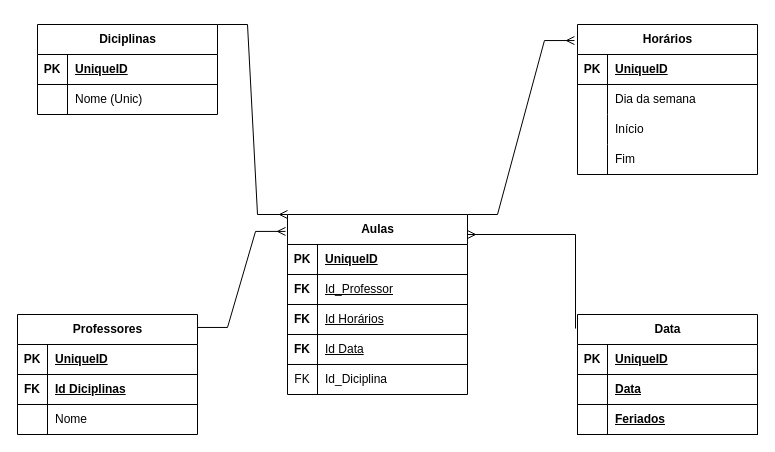
Earlier version of the draw.io diagram Diagrama ER.drawio (Rincon23/ClassManager-Backend). Source tidied: cells renumbered, new cells numbered last; positions are measured from the earlier drawing's top-left corner, leaving out a move shared by most shapes. Both pictures are drawn from the tidied source at 100%, with x=0, y=0 at pixel (17, 24).
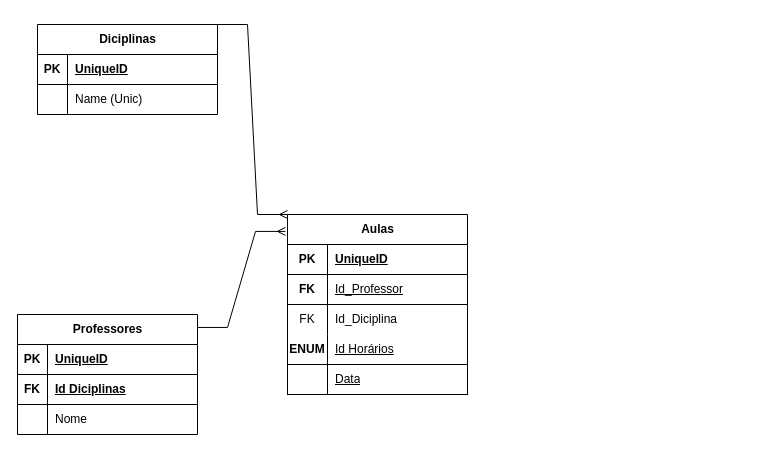
The same page after the edit.

Unchanged cells that the change refers to:
```xml
<mxCell id="6" style="shape=tableRow;horizontal=0;startSize=0;swimlaneHead=0;swimlaneBody=0;fillColor=none;top=0;left=0;right=0;bottom=0;" parent="2" vertex="1">
  <mxGeometry y="60" width="180" height="30" as="geometry" />
</mxCell>
<mxCell id="32" value="Aulas" style="shape=table;startSize=30;childLayout=tableLayout;rowLines=0;fontStyle=1;align=center;html=1;" parent="1" vertex="1">
  <mxGeometry x="270" y="190" width="180" height="180" as="geometry" />
</mxCell>
<mxCell id="33" style="shape=tableRow;horizontal=0;startSize=0;swimlaneHead=0;swimlaneBody=0;fillColor=none;points=[[0,0.5],[1,0.5]];portConstraint=eastwest;top=0;left=0;right=0;bottom=1;" parent="32" vertex="1">
  <mxGeometry y="30" width="180" height="30" as="geometry" />
</mxCell>
<mxCell id="36" style="shape=tableRow;horizontal=0;startSize=0;swimlaneHead=0;swimlaneBody=0;fillColor=none;top=0;left=0;right=0;bottom=1;" parent="32" vertex="1">
  <mxGeometry y="60" width="180" height="30" as="geometry" />
</mxCell>
```

What changed in the source:
```diff
@@
-    <mxCell id="8" value="Nome (Unic)" style="shape=partialRectangle;fillColor=none;top=0;left=0;bottom=0;right=0;align=left;spacingLeft=6;overflow=hidden;whiteSpace=wrap;html=1;" parent="6" vertex="1">
+    <mxCell id="8" value="Name (Unic)" style="shape=partialRectangle;fillColor=none;top=0;left=0;bottom=0;right=0;align=left;spacingLeft=6;overflow=hidden;whiteSpace=wrap;html=1;" parent="6" vertex="1">
       <mxGeometry x="30" width="150" height="30" as="geometry" />
     </mxCell>
-    <mxCell id="9" value="Horários" style="shape=table;startSize=30;childLayout=tableLayout;rowLines=0;fontStyle=1;align=center;html=1;" parent="1" vertex="1">
-      <mxGeometry x="560" width="180" height="150" as="geometry" />
-    </mxCell>
-    <mxCell id="10" style="shape=tableRow;horizontal=0;startSize=0;swimlaneHead=0;swimlaneBody=0;fillColor=none;top=0;left=0;right=0;bottom=1;" parent="9" vertex="1">
-      <mxGeometry y="30" width="180" height="30" as="geometry" />
-    </mxCell>
-    <mxCell id="11" value="PK" style="shape=partialRectangle;fillColor=none;top=0;left=0;bottom=0;right=0;fontStyle=1;overflow=hidden;whiteSpace=wrap;html=1;" parent="10" vertex="1">
-      <mxGeometry width="30" height="30" as="geometry" />
-    </mxCell>
-    <mxCell id="12" value="UniqueID" style="shape=partialRectangle;fillColor=none;top=0;left=0;bottom=0;right=0;align=left;spacingLeft=6;fontStyle=5;overflow=hidden;whiteSpace=wrap;html=1;" parent="10" vertex="1">
-      <mxGeometry x="30" width="150" height="30" as="geometry" />
-    </mxCell>
-    <mxCell id="13" style="shape=tableRow;horizontal=0;startSize=0;swimlaneHead=0;swimlaneBody=0;fillColor=none;top=0;left=0;right=0;bottom=0;" parent="9" vertex="1">
-      <mxGeometry y="60" width="180" height="30" as="geometry" />
-    </mxCell>
-    <mxCell id="14" style="shape=partialRectangle;fillColor=none;top=0;left=0;bottom=0;right=0;overflow=hidden;whiteSpace=wrap;html=1;" parent="13" vertex="1">
-      <mxGeometry width="30" height="30" as="geometry" />
-    </mxCell>
-    <mxCell id="15" value="Dia da semana" style="shape=partialRectangle;fillColor=none;top=0;left=0;bottom=0;right=0;align=left;spacingLeft=6;overflow=hidden;whiteSpace=wrap;html=1;" parent="13" vertex="1">
-      <mxGeometry x="30" width="150" height="30" as="geometry" />
-    </mxCell>
-    <mxCell id="16" style="shape=tableRow;horizontal=0;startSize=0;swimlaneHead=0;swimlaneBody=0;fillColor=none;top=0;left=0;right=0;bottom=0;" parent="9" vertex="1">
-      <mxGeometry y="90" width="180" height="30" as="geometry" />
-    </mxCell>
-    <mxCell id="17" style="shape=partialRectangle;fillColor=none;top=0;left=0;bottom=0;right=0;overflow=hidden;whiteSpace=wrap;html=1;" parent="16" vertex="1">
-      <mxGeometry width="30" height="30" as="geometry" />
-    </mxCell>
-    <mxCell id="18" value="Início" style="shape=partialRectangle;fillColor=none;top=0;left=0;bottom=0;right=0;align=left;spacingLeft=6;overflow=hidden;whiteSpace=wrap;html=1;" parent="16" vertex="1">
-      <mxGeometry x="30" width="150" height="30" as="geometry" />
-    </mxCell>
-    <mxCell id="19" style="shape=tableRow;horizontal=0;startSize=0;swimlaneHead=0;swimlaneBody=0;fillColor=none;top=0;left=0;right=0;bottom=0;" parent="9" vertex="1">
-      <mxGeometry y="120" width="180" height="30" as="geometry" />
-    </mxCell>
-    <mxCell id="20" style="shape=partialRectangle;fillColor=none;top=0;left=0;bottom=0;right=0;overflow=hidden;whiteSpace=wrap;html=1;" parent="19" vertex="1">
-      <mxGeometry width="30" height="30" as="geometry" />
-    </mxCell>
-    <mxCell id="21" value="Fim" style="shape=partialRectangle;fillColor=none;top=0;left=0;bottom=0;right=0;align=left;spacingLeft=6;overflow=hidden;whiteSpace=wrap;html=1;" parent="19" vertex="1">
-      <mxGeometry x="30" width="150" height="30" as="geometry" />
-    </mxCell>
@@
     <mxCell id="34" value="PK" style="shape=partialRectangle;fillColor=none;top=0;left=0;bottom=0;right=0;fontStyle=1;overflow=hidden;whiteSpace=wrap;html=1;" parent="33" vertex="1">
-      <mxGeometry width="30" height="30" as="geometry" />
+      <mxGeometry width="40" height="30" as="geometry" />
     </mxCell>
     <mxCell id="35" value="UniqueID" style="shape=partialRectangle;fillColor=none;top=0;left=0;bottom=0;right=0;align=left;spacingLeft=6;fontStyle=5;overflow=hidden;whiteSpace=wrap;html=1;" parent="33" vertex="1">
-      <mxGeometry x="30" width="150" height="30" as="geometry" />
+      <mxGeometry x="40" width="140" height="30" as="geometry" />
     </mxCell>
@@
     <mxCell id="37" value="FK" style="shape=partialRectangle;fillColor=none;top=0;left=0;bottom=0;right=0;fontStyle=1;overflow=hidden;whiteSpace=wrap;html=1;" parent="36" vertex="1">
-      <mxGeometry width="30" height="30" as="geometry" />
+      <mxGeometry width="40" height="30" as="geometry" />
     </mxCell>
     <mxCell id="38" value="&lt;span style=&quot;font-weight: 400;&quot;&gt;Id_Professor&lt;/span&gt;" style="shape=partialRectangle;fillColor=none;top=0;left=0;bottom=0;right=0;align=left;spacingLeft=6;fontStyle=5;overflow=hidden;whiteSpace=wrap;html=1;" parent="36" vertex="1">
-      <mxGeometry x="30" width="150" height="30" as="geometry" />
+      <mxGeometry x="40" width="140" height="30" as="geometry" />
     </mxCell>
+    <mxCell id="45" style="shape=tableRow;horizontal=0;startSize=0;swimlaneHead=0;swimlaneBody=0;fillColor=none;top=0;left=0;right=0;bottom=0;" parent="32" vertex="1">
+      <mxGeometry y="90" width="180" height="30" as="geometry" />
+    </mxCell>
+    <mxCell id="46" value="FK" style="shape=partialRectangle;fillColor=none;top=0;left=0;bottom=0;right=0;overflow=hidden;whiteSpace=wrap;html=1;" parent="45" vertex="1">
+      <mxGeometry width="40" height="30" as="geometry" />
+    </mxCell>
+    <mxCell id="47" value="Id_Diciplina" style="shape=partialRectangle;fillColor=none;top=0;left=0;bottom=0;right=0;align=left;spacingLeft=6;overflow=hidden;whiteSpace=wrap;html=1;" parent="45" vertex="1">
+      <mxGeometry x="40" width="140" height="30" as="geometry" />
+    </mxCell>
     <mxCell id="39" style="shape=tableRow;horizontal=0;startSize=0;swimlaneHead=0;swimlaneBody=0;fillColor=none;top=0;left=0;right=0;bottom=1;" parent="32" vertex="1">
-      <mxGeometry y="90" width="180" height="30" as="geometry" />
+      <mxGeometry y="120" width="180" height="30" as="geometry" />
     </mxCell>
-    <mxCell id="40" value="FK" style="shape=partialRectangle;fillColor=none;top=0;left=0;bottom=0;right=0;fontStyle=1;overflow=hidden;whiteSpace=wrap;html=1;" parent="39" vertex="1">
-      <mxGeometry width="30" height="30" as="geometry" />
+    <mxCell id="40" value="ENUM" style="shape=partialRectangle;fillColor=none;top=0;left=0;bottom=0;right=0;fontStyle=1;overflow=hidden;whiteSpace=wrap;html=1;" parent="39" vertex="1">
+      <mxGeometry width="40" height="30" as="geometry" />
     </mxCell>
     <mxCell id="41" value="&lt;span style=&quot;font-weight: 400;&quot;&gt;Id Horários&lt;/span&gt;" style="shape=partialRectangle;fillColor=none;top=0;left=0;bottom=0;right=0;align=left;spacingLeft=6;fontStyle=5;overflow=hidden;whiteSpace=wrap;html=1;" parent="39" vertex="1">
-      <mxGeometry x="30" width="150" height="30" as="geometry" />
+      <mxGeometry x="40" width="140" height="30" as="geometry" />
     </mxCell>
     <mxCell id="42" style="shape=tableRow;horizontal=0;startSize=0;swimlaneHead=0;swimlaneBody=0;fillColor=none;top=0;left=0;right=0;bottom=1;" parent="32" vertex="1">
-      <mxGeometry y="120" width="180" height="30" as="geometry" />
+      <mxGeometry y="150" width="180" height="30" as="geometry" />
     </mxCell>
-    <mxCell id="43" value="FK" style="shape=partialRectangle;fillColor=none;top=0;left=0;bottom=0;right=0;fontStyle=1;overflow=hidden;whiteSpace=wrap;html=1;" parent="42" vertex="1">
-      <mxGeometry width="30" height="30" as="geometry" />
+    <mxCell id="43" style="shape=partialRectangle;fillColor=none;top=0;left=0;bottom=0;right=0;fontStyle=1;overflow=hidden;whiteSpace=wrap;html=1;" parent="42" vertex="1">
+      <mxGeometry width="40" height="30" as="geometry" />
     </mxCell>
-    <mxCell id="44" value="&lt;span style=&quot;font-weight: 400;&quot;&gt;Id Data&lt;/span&gt;" style="shape=partialRectangle;fillColor=none;top=0;left=0;bottom=0;right=0;align=left;spacingLeft=6;fontStyle=5;overflow=hidden;whiteSpace=wrap;html=1;" parent="42" vertex="1">
-      <mxGeometry x="30" width="150" height="30" as="geometry" />
+    <mxCell id="44" value="&lt;span style=&quot;font-weight: 400;&quot;&gt;Data&lt;/span&gt;" style="shape=partialRectangle;fillColor=none;top=0;left=0;bottom=0;right=0;align=left;spacingLeft=6;fontStyle=5;overflow=hidden;whiteSpace=wrap;html=1;" parent="42" vertex="1">
+      <mxGeometry x="40" width="140" height="30" as="geometry" />
     </mxCell>
-    <mxCell id="45" style="shape=tableRow;horizontal=0;startSize=0;swimlaneHead=0;swimlaneBody=0;fillColor=none;top=0;left=0;right=0;bottom=0;" parent="32" vertex="1">
-      <mxGeometry y="150" width="180" height="30" as="geometry" />
-    </mxCell>
-    <mxCell id="46" value="FK" style="shape=partialRectangle;fillColor=none;top=0;left=0;bottom=0;right=0;overflow=hidden;whiteSpace=wrap;html=1;" parent="45" vertex="1">
-      <mxGeometry width="30" height="30" as="geometry" />
-    </mxCell>
-    <mxCell id="47" value="Id_Diciplina" style="shape=partialRectangle;fillColor=none;top=0;left=0;bottom=0;right=0;align=left;spacingLeft=6;overflow=hidden;whiteSpace=wrap;html=1;" parent="45" vertex="1">
-      <mxGeometry x="30" width="150" height="30" as="geometry" />
-    </mxCell>
-    <mxCell id="48" value="Data" style="shape=table;startSize=30;childLayout=tableLayout;rowLines=0;fontStyle=1;align=center;html=1;" parent="1" vertex="1">
-      <mxGeometry x="560" y="290" width="180" height="120" as="geometry" />
-    </mxCell>
-    <mxCell id="49" style="shape=tableRow;horizontal=0;startSize=0;swimlaneHead=0;swimlaneBody=0;fillColor=none;top=0;left=0;right=0;bottom=1;" parent="48" vertex="1">
-      <mxGeometry y="30" width="180" height="30" as="geometry" />
-    </mxCell>
-    <mxCell id="50" value="PK" style="shape=partialRectangle;fillColor=none;top=0;left=0;bottom=0;right=0;fontStyle=1;overflow=hidden;whiteSpace=wrap;html=1;" parent="49" vertex="1">
-      <mxGeometry width="30" height="30" as="geometry" />
-    </mxCell>
-    <mxCell id="51" value="UniqueID" style="shape=partialRectangle;fillColor=none;top=0;left=0;bottom=0;right=0;align=left;spacingLeft=6;fontStyle=5;overflow=hidden;whiteSpace=wrap;html=1;" parent="49" vertex="1">
-      <mxGeometry x="30" width="150" height="30" as="geometry" />
-    </mxCell>
-    <mxCell id="52" style="shape=tableRow;horizontal=0;startSize=0;swimlaneHead=0;swimlaneBody=0;fillColor=none;top=0;left=0;right=0;bottom=1;" parent="48" vertex="1">
-      <mxGeometry y="60" width="180" height="30" as="geometry" />
-    </mxCell>
-    <mxCell id="53" style="shape=partialRectangle;fillColor=none;top=0;left=0;bottom=0;right=0;fontStyle=1;overflow=hidden;whiteSpace=wrap;html=1;" parent="52" vertex="1">
-      <mxGeometry width="30" height="30" as="geometry" />
-    </mxCell>
-    <mxCell id="54" value="Data" style="shape=partialRectangle;fillColor=none;top=0;left=0;bottom=0;right=0;align=left;spacingLeft=6;fontStyle=5;overflow=hidden;whiteSpace=wrap;html=1;" parent="52" vertex="1">
-      <mxGeometry x="30" width="150" height="30" as="geometry" />
-    </mxCell>
-    <mxCell id="55" style="shape=tableRow;horizontal=0;startSize=0;swimlaneHead=0;swimlaneBody=0;fillColor=none;top=0;left=0;right=0;bottom=1;" parent="48" vertex="1">
-      <mxGeometry y="90" width="180" height="30" as="geometry" />
-    </mxCell>
-    <mxCell id="56" style="shape=partialRectangle;fillColor=none;top=0;left=0;bottom=0;right=0;fontStyle=1;overflow=hidden;whiteSpace=wrap;html=1;" parent="55" vertex="1">
-      <mxGeometry width="30" height="30" as="geometry" />
-    </mxCell>
-    <mxCell id="57" value="Feriados" style="shape=partialRectangle;fillColor=none;top=0;left=0;bottom=0;right=0;align=left;spacingLeft=6;fontStyle=5;overflow=hidden;whiteSpace=wrap;html=1;" parent="55" vertex="1">
-      <mxGeometry x="30" width="150" height="30" as="geometry" />
-    </mxCell>
-    <mxCell id="58" style="fontSize=12;html=1;endArrow=ERmany;rounded=0;edgeStyle=orthogonalEdgeStyle;entryX=1;entryY=-0.333;entryDx=0;entryDy=0;entryPerimeter=0;exitX=-0.011;exitY=0.117;exitDx=0;exitDy=0;exitPerimeter=0;" parent="1" edge="1" source="48" target="33">
-      <mxGeometry relative="1" as="geometry" />
-    </mxCell>
-    <mxCell id="59" style="fontSize=12;html=1;endArrow=ERmany;rounded=0;exitX=1;exitY=0;exitDx=0;exitDy=0;entryX=-0.017;entryY=0.107;entryDx=0;entryDy=0;entryPerimeter=0;edgeStyle=entityRelationEdgeStyle;" parent="1" edge="1" source="32" target="9">
-      <mxGeometry relative="1" as="geometry" />
-    </mxCell>
```
